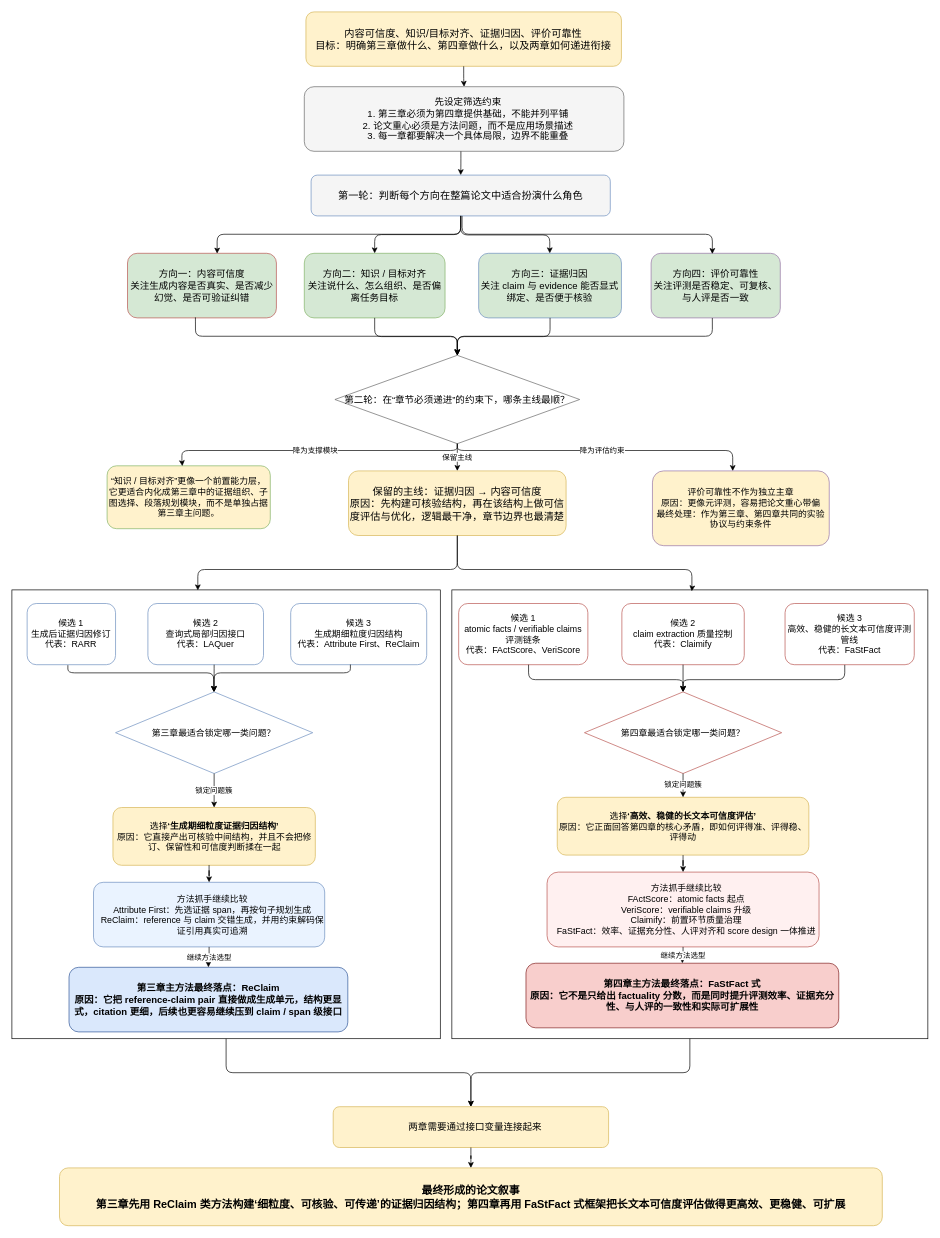
Above: 20260409(2).drawio in handsome-tony/picture (draw.io), before the change. Source tidied: cells renumbered, new cells numbered last; positions are measured from the earlier drawing's top-left corner, leaving out a move shared by most shapes. Both pictures are drawn from the tidied source at 68%, with x=0, y=0 at pixel (12, 12).
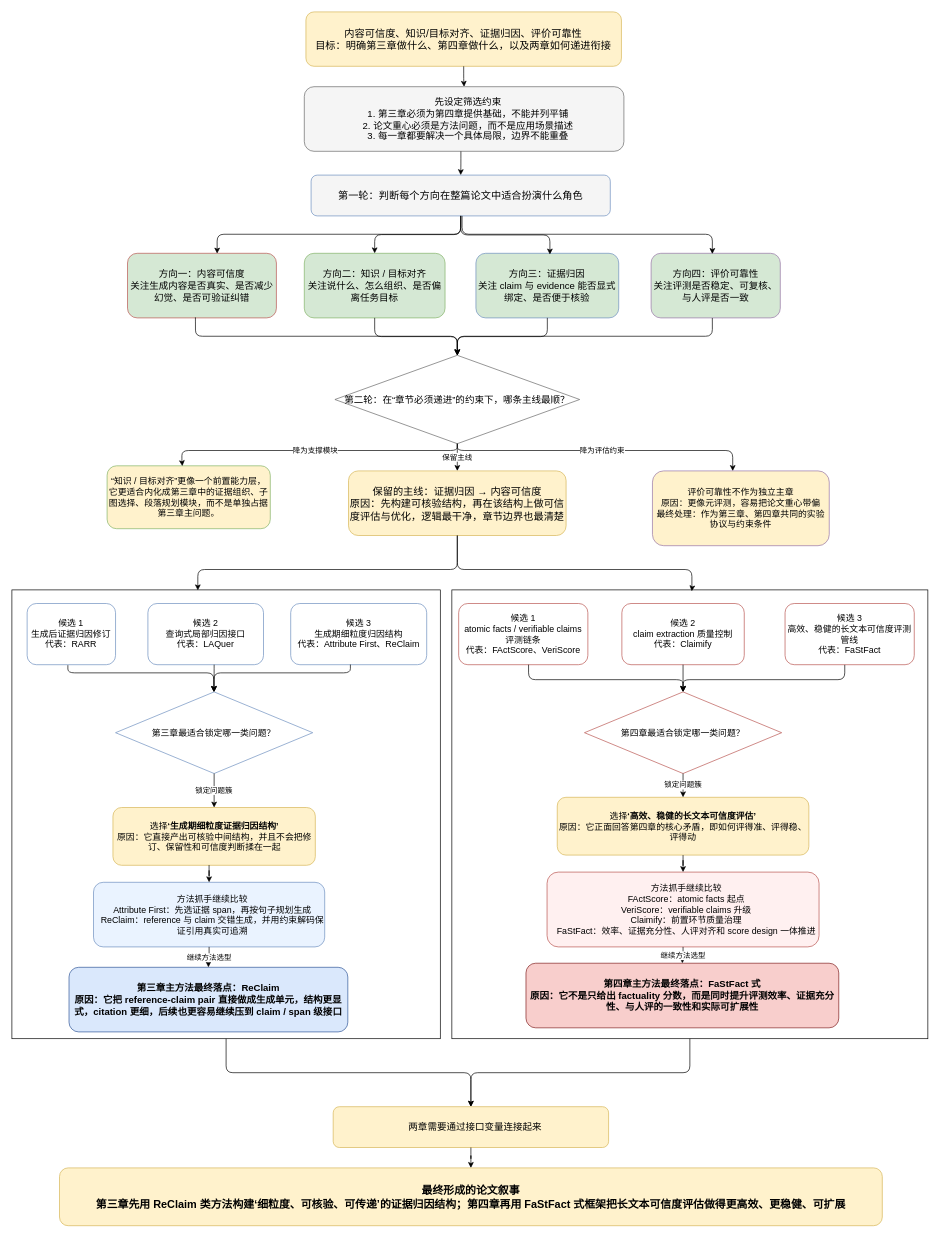
Above is the later version.

The change refers to these unchanged cells:
```xml
<mxCell id="8" value="第一轮：判断每个方向在整篇论文中适合扮演什么角色" style="rounded=1;whiteSpace=wrap;html=1;fillColor=#F5F5F5;strokeColor=#6c8ebf;fontSize=15;" parent="1" vertex="1">
  <mxGeometry x="440" y="240" width="440" height="60" as="geometry" />
</mxCell>
```

Change to the diagram source:
```diff
@@
     <mxCell id="11" value="方向三：证据归因&#10;关注 claim 与 evidence 能否显式绑定、是否便于核验" style="rounded=1;whiteSpace=wrap;html=1;fillColor=#D5E8D4;strokeColor=#6c8ebf;fontSize=14;" parent="1" vertex="1">
-      <mxGeometry x="686.4" y="355" width="210" height="95" as="geometry" />
+      <mxGeometry x="682.4" y="355" width="210" height="95" as="geometry" />
     </mxCell>
@@
-    <mxCell id="22" style="edgeStyle=orthogonalEdgeStyle;rounded=1;jettySize=auto;html=1;" parent="1" edge="1" source="8" target="11">
+    <mxCell id="22" style="edgeStyle=orthogonalEdgeStyle;rounded=1;jettySize=auto;html=1;entryX=0.518;entryY=0.018;entryDx=0;entryDy=0;entryPerimeter=0;" parent="1" edge="1" source="8" target="11">
       <mxGeometry relative="1" as="geometry">
         <Array as="points">
           <mxPoint x="660" y="328" />
           <mxPoint x="791" y="328" />
         </Array>
       </mxGeometry>
     </mxCell>
```
